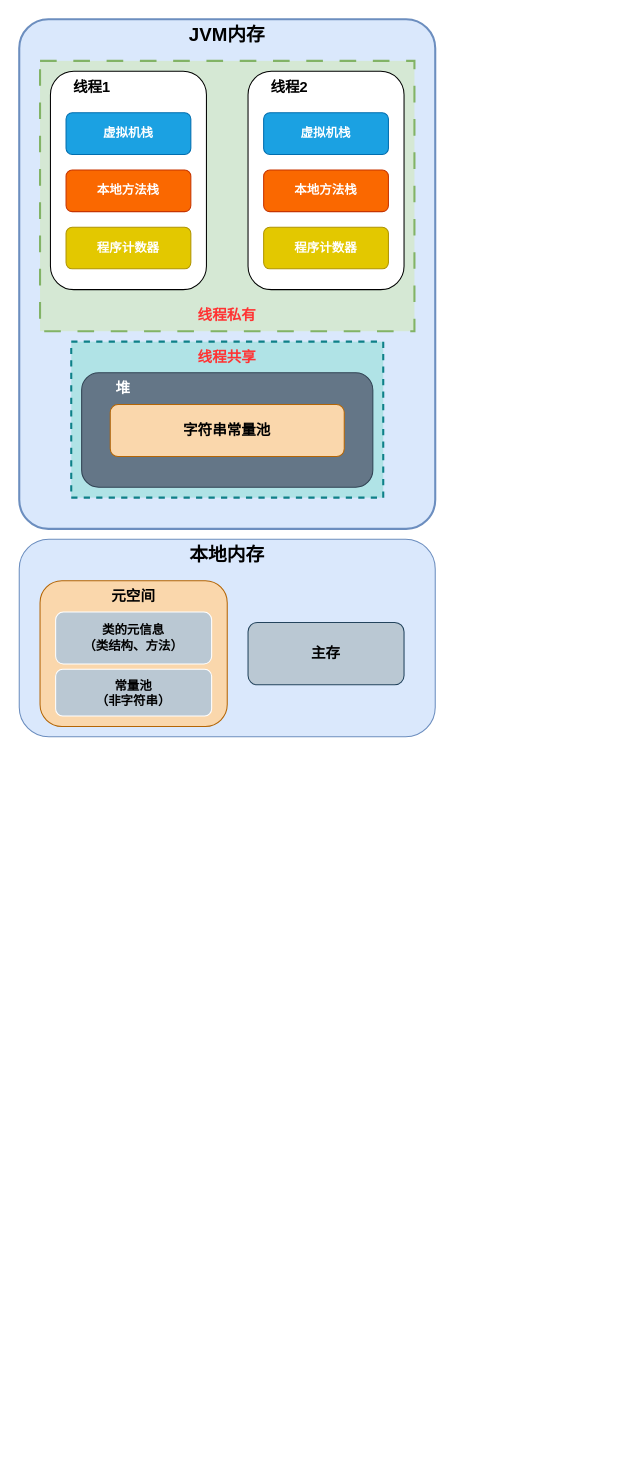
Earlier version of the draw.io diagram JavaDiagrams/未命名绘图.drawio (M3Darren/Draw.io). Source tidied: cells renumbered, new cells numbered last; positions are measured from the earlier drawing's top-left corner, leaving out a move shared by most shapes. Both pictures are drawn from the tidied source at 104%, with x=0, y=0 at pixel (19, 19).
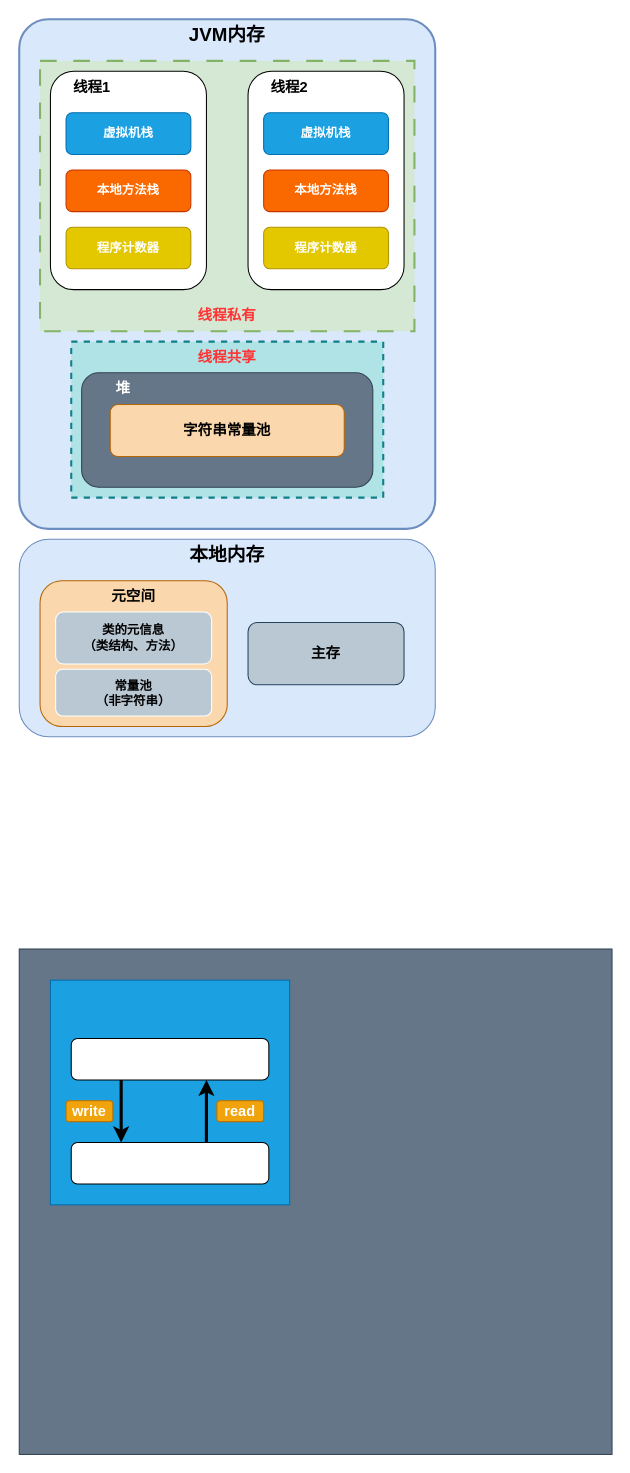
The same diagram, later.

Commit message:
更新未命名绘图.drawio

The edit, as a diff of the source:
```diff
@@
+    <mxCell id="32" style="rounded=0;whiteSpace=wrap;html=1;fillColor=#647687;strokeColor=#314354;fontColor=#ffffff;" parent="1" vertex="1">
+      <mxGeometry y="894" width="570" height="486" as="geometry" />
+    </mxCell>
+    <mxCell id="33" style="rounded=0;whiteSpace=wrap;html=1;fillColor=#1ba1e2;fontColor=#ffffff;strokeColor=#006EAF;" parent="1" vertex="1">
+      <mxGeometry x="30" y="924" width="230" height="216" as="geometry" />
+    </mxCell>
+    <mxCell id="34" style="rounded=1;whiteSpace=wrap;html=1;" parent="1" vertex="1">
+      <mxGeometry x="50" y="980" width="190" height="40" as="geometry" />
+    </mxCell>
+    <mxCell id="35" style="edgeStyle=orthogonalEdgeStyle;rounded=0;jettySize=auto;html=1;exitX=0.684;exitY=0.1;exitDx=0;exitDy=0;exitPerimeter=0;strokeWidth=3;" parent="1" edge="1" source="36" target="34">
+      <mxGeometry relative="1" as="geometry">
+        <Array as="points">
+          <mxPoint x="180" y="1030" />
+          <mxPoint x="180" y="1030" />
+        </Array>
+      </mxGeometry>
+    </mxCell>
+    <mxCell id="36" style="rounded=1;whiteSpace=wrap;html=1;" parent="1" vertex="1">
+      <mxGeometry x="50" y="1080" width="190" height="40" as="geometry" />
+    </mxCell>
+    <mxCell id="37" style="edgeStyle=orthogonalEdgeStyle;rounded=0;jettySize=auto;html=1;exitX=0.25;exitY=1;exitDx=0;exitDy=0;strokeWidth=3;" parent="1" edge="1" source="34">
+      <mxGeometry relative="1" as="geometry">
+        <mxPoint x="98" y="1080" as="targetPoint" />
+        <Array as="points">
+          <mxPoint x="98" y="1080" />
+        </Array>
+      </mxGeometry>
+    </mxCell>
+    <mxCell id="38" value="&lt;font size=&quot;1&quot; color=&quot;#ffffff&quot;&gt;&lt;b style=&quot;font-size: 14px;&quot;&gt;write&lt;/b&gt;&lt;/font&gt;" style="rounded=1;whiteSpace=wrap;html=1;fillColor=#f0a30a;fontColor=#000000;strokeColor=#BD7000;" parent="1" vertex="1">
+      <mxGeometry x="45" y="1040" width="45" height="20" as="geometry" />
+    </mxCell>
+    <mxCell id="39" value="&lt;font size=&quot;1&quot; color=&quot;#ffffff&quot;&gt;&lt;b style=&quot;font-size: 14px;&quot;&gt;read&lt;/b&gt;&lt;/font&gt;" style="rounded=1;whiteSpace=wrap;html=1;fillColor=#f0a30a;fontColor=#000000;strokeColor=#BD7000;" parent="1" vertex="1">
+      <mxGeometry x="190" y="1040" width="45" height="20" as="geometry" />
+    </mxCell>
```
